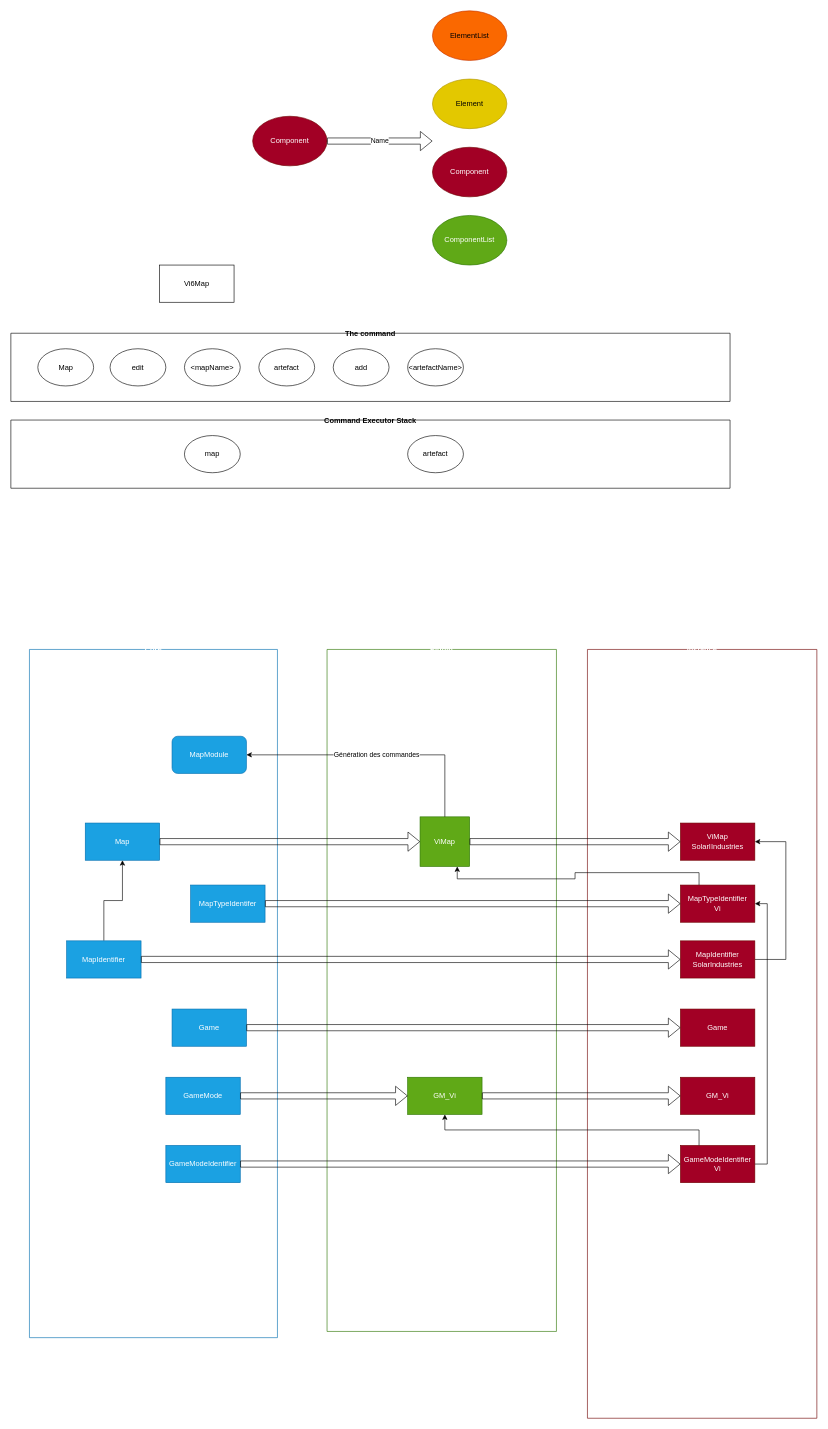
NekotineMC/NekotineCore keeps this draw.io diagram as src/main/java/fr/nekotine/core/map/MapModule.drawio. Above is the earlier version. Source tidied: cells renumbered, new cells numbered last; positions are measured from the earlier drawing's top-left corner, leaving out a move shared by most shapes. Both pictures are drawn from the tidied source at 62%, with x=0, y=0 at pixel (11, 11).
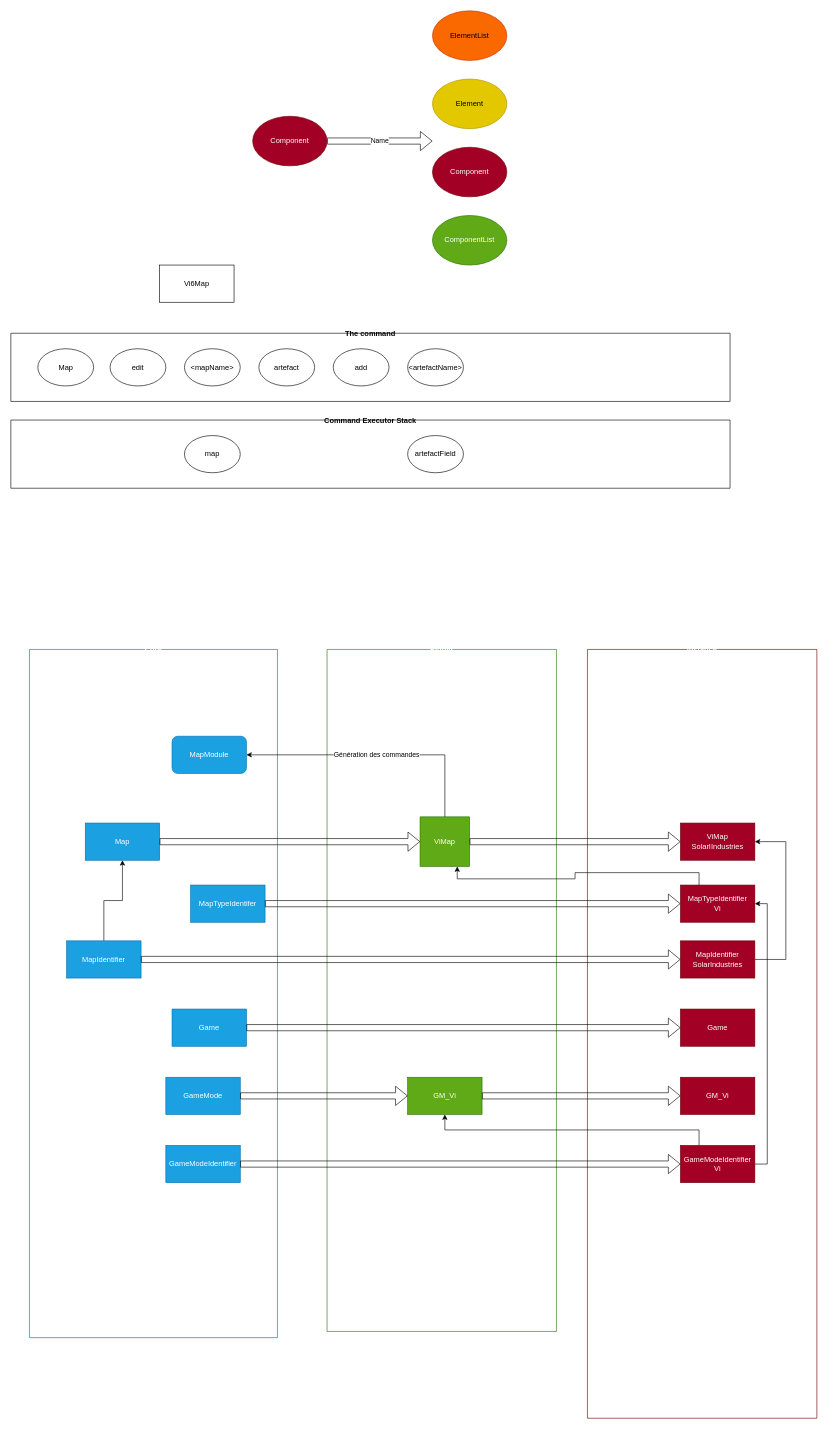
The same diagram, later.

The change refers to these unchanged cells:
```xml
<mxCell id="42" value="Command Executor Stack" style="swimlane;startSize=0;" parent="1" vertex="1">
  <mxGeometry y="660" width="1160" height="110" as="geometry" />
</mxCell>
```

What changed in the source:
```diff
@@
-    <mxCell id="44" value="artefact" style="ellipse;whiteSpace=wrap;html=1;" parent="42" vertex="1">
+    <mxCell id="44" value="artefactField" style="ellipse;whiteSpace=wrap;html=1;" parent="42" vertex="1">
       <mxGeometry x="640" y="25" width="90" height="60" as="geometry" />
     </mxCell>
```
